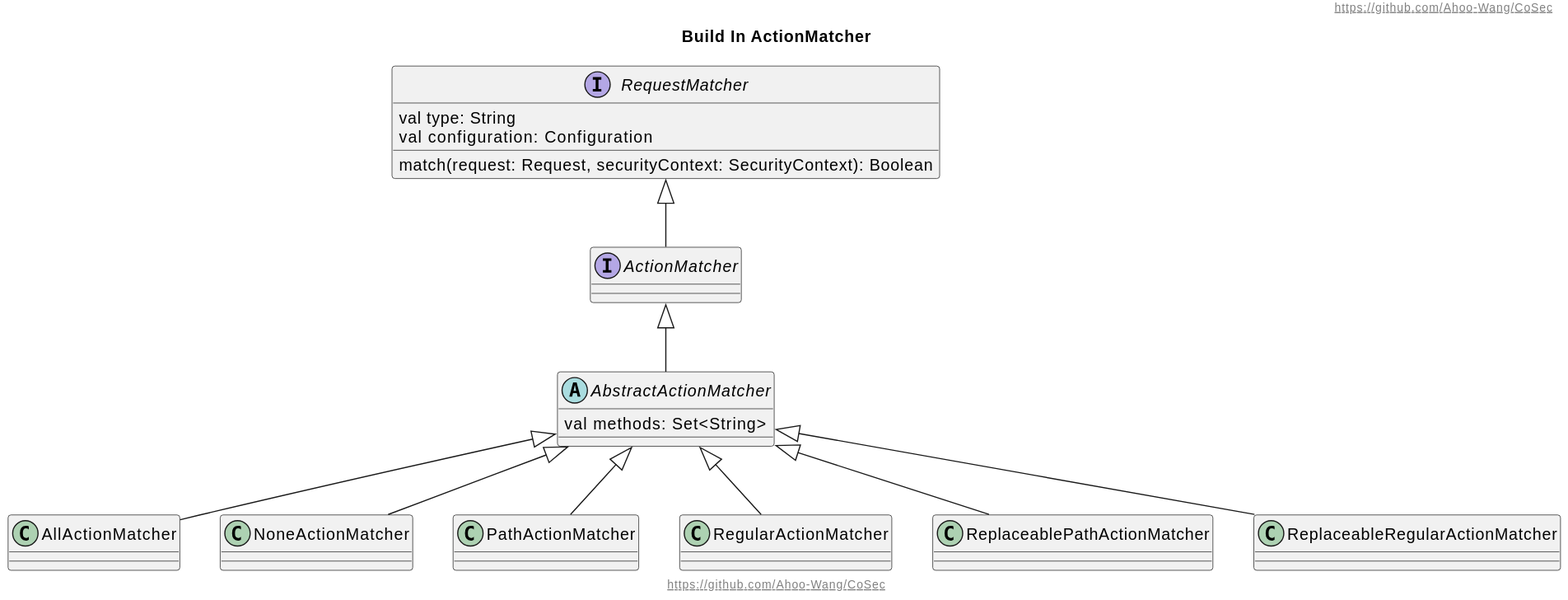
The PlantUML diagram document/design/assets/ActionMatcher.svg in Ahoo-Wang/CoSec, before a commit.
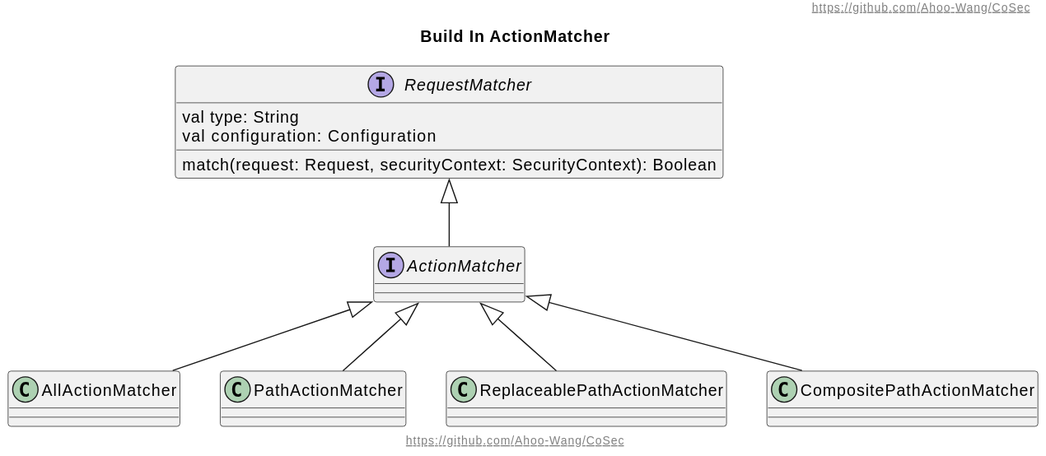
After the commit.

The edit, as a diff of the source:
```diff
@@ -1,5 +1,4 @@
 @startuml
-
 !include layout.puml
 
 title Build In ActionMatcher
@@ -10,22 +9,13 @@
     match(request: Request, securityContext: SecurityContext): Boolean
 }
 interface ActionMatcher
-abstract class AbstractActionMatcher{
-    val methods: Set<String>
-}
 class AllActionMatcher
-class NoneActionMatcher
 class PathActionMatcher
-class RegularActionMatcher
 class ReplaceablePathActionMatcher
-class ReplaceableRegularActionMatcher
 
 RequestMatcher <|-- ActionMatcher
-ActionMatcher  <|-- AbstractActionMatcher
-AbstractActionMatcher <|-- AllActionMatcher
-AbstractActionMatcher <|-- NoneActionMatcher
-AbstractActionMatcher <|-- PathActionMatcher
-AbstractActionMatcher <|-- RegularActionMatcher
-AbstractActionMatcher <|-- ReplaceablePathActionMatcher
-AbstractActionMatcher <|-- ReplaceableRegularActionMatcher
+ActionMatcher <|-- AllActionMatcher
+ActionMatcher <|-- PathActionMatcher
+ActionMatcher <|-- ReplaceablePathActionMatcher
+ActionMatcher <|-- CompositePathActionMatcher
 @enduml
```
